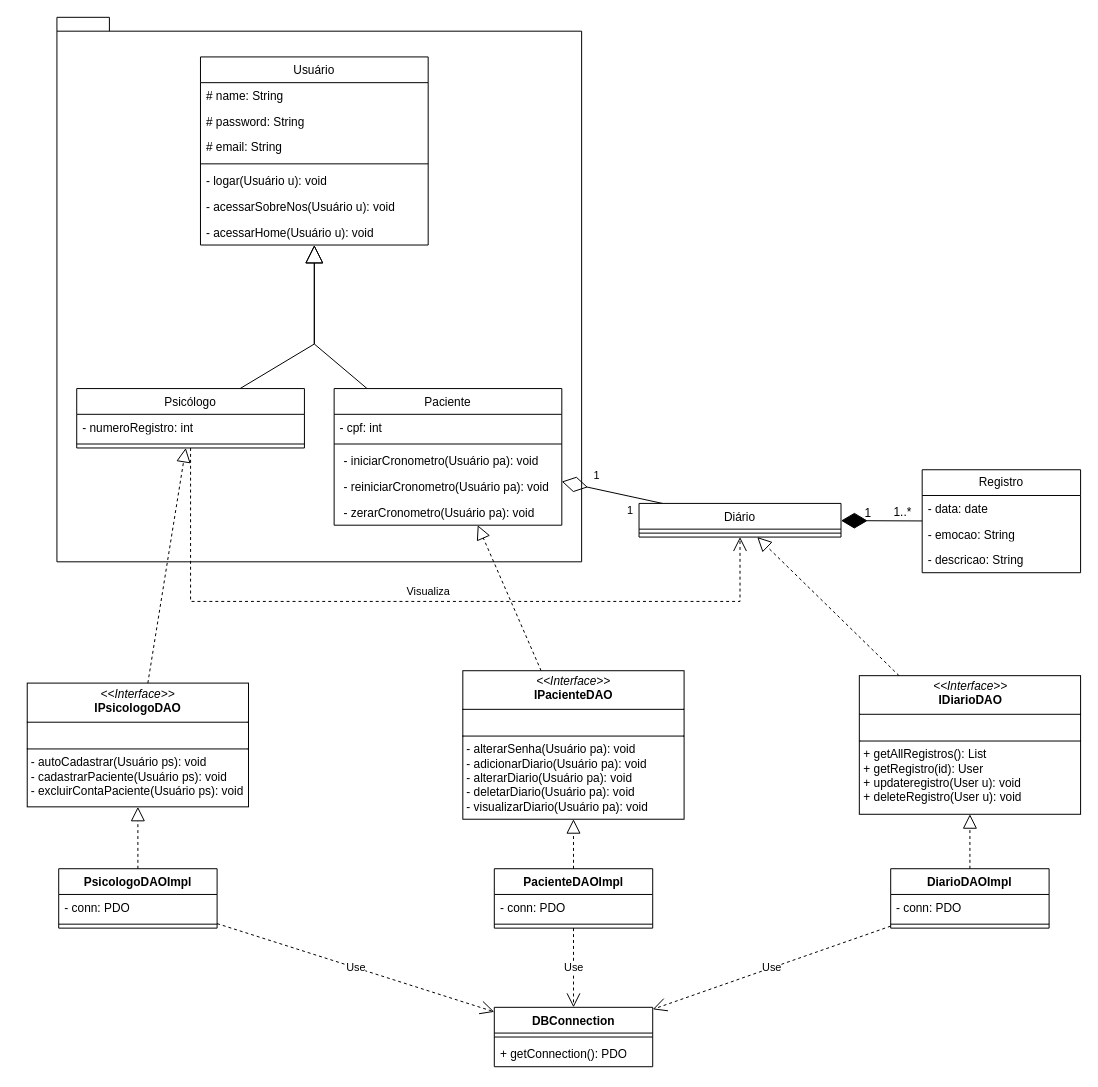
Before: InterfaceMyPeace.drawio in RebecaVieiraM/Diagramas, a draw.io diagram. Source tidied: cells renumbered, new cells numbered last; positions are measured from the earlier drawing's top-left corner, leaving out a move shared by most shapes. Both pictures are drawn from the tidied source at 99%, with x=0, y=0 at pixel (27, 17).
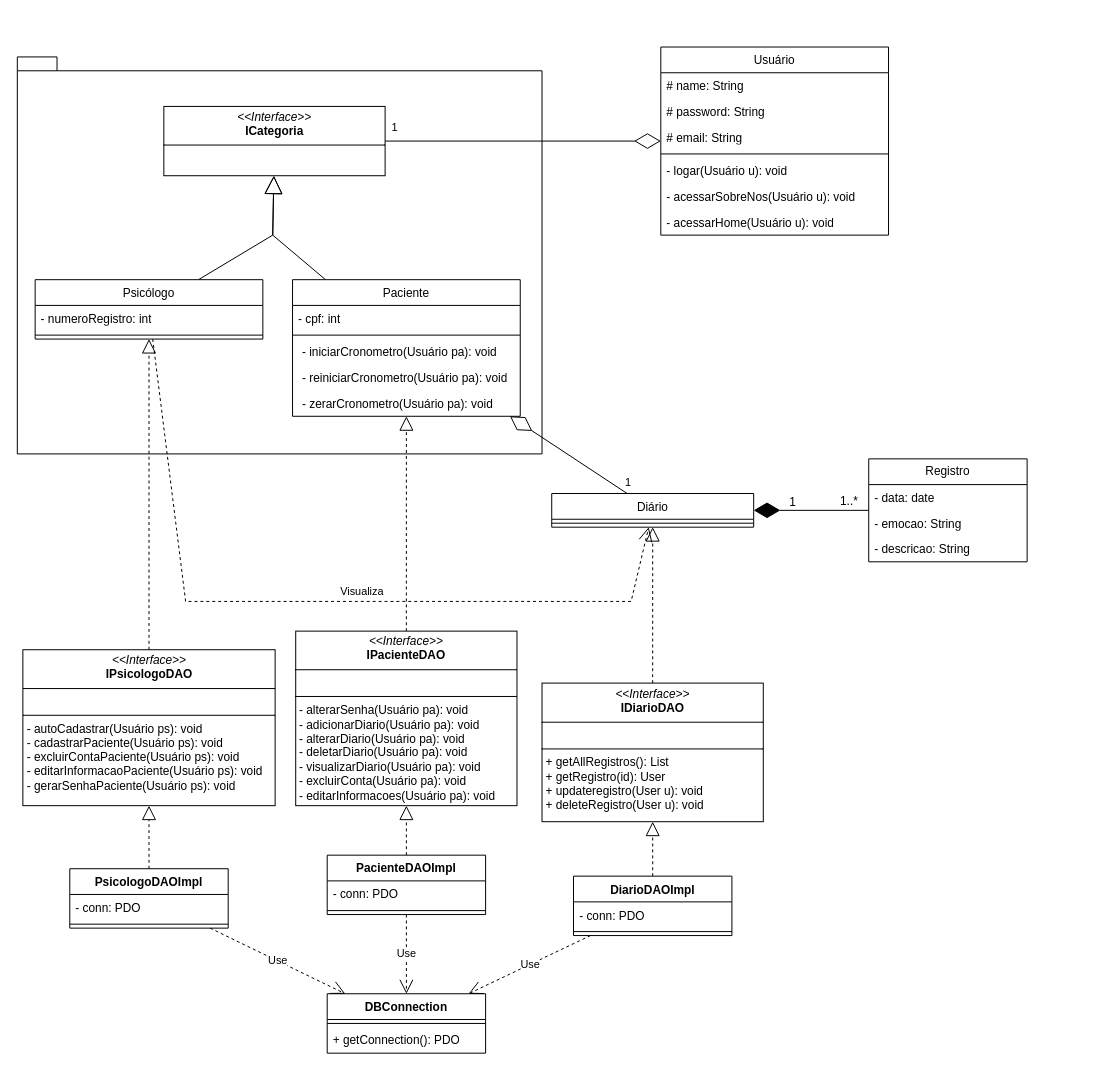
Above is the later version.

The change refers to these unchanged cells:
```xml
<mxCell id="5" style="endArrow=diamondThin;endFill=0;endSize=24;html=1;rounded=0;" parent="1" edge="1" source="33" target="27">
  <mxGeometry relative="1" as="geometry" />
</mxCell>
```

What changed in the source:
```diff
@@
     <mxCell id="2" style="shape=folder;fontStyle=1;spacingTop=10;tabWidth=40;tabHeight=14;tabPosition=left;html=1;whiteSpace=wrap;" parent="1" vertex="1">
-      <mxGeometry x="30" width="530" height="550" as="geometry" />
+      <mxGeometry x="-10" y="40" width="530" height="401" as="geometry" />
     </mxCell>
-    <mxCell id="3" style="endArrow=block;endSize=16;endFill=0;html=1;rounded=0;" parent="1" edge="1" source="24" target="12">
+    <mxCell id="3" style="endArrow=block;endSize=16;endFill=0;html=1;rounded=0;" parent="1" edge="1" source="24" target="59">
       <mxGeometry relative="1" as="geometry">
         <Array as="points">
-          <mxPoint x="290" y="330" />
+          <mxPoint x="248" y="220" />
         </Array>
       </mxGeometry>
     </mxCell>
-    <mxCell id="4" style="endArrow=block;endSize=16;endFill=0;html=1;rounded=0;" parent="1" edge="1" source="27" target="12">
+    <mxCell id="4" style="endArrow=block;endSize=16;endFill=0;html=1;rounded=0;" parent="1" edge="1" source="27" target="59">
       <mxGeometry relative="1" as="geometry">
         <Array as="points">
-          <mxPoint x="290" y="330" />
+          <mxPoint x="248" y="220" />
         </Array>
       </mxGeometry>
     </mxCell>
@@
-    <mxCell id="6" value="1" style="edgeLabel;html=1;align=center;verticalAlign=middle;" parent="5" vertex="1">
-      <mxGeometry x="0.65" y="-12" relative="1" as="geometry">
-        <mxPoint x="14" y="1" as="offset" />
-      </mxGeometry>
-    </mxCell>
     <mxCell id="7" value="Registro" style="swimlane;fontStyle=0;horizontal=1;startSize=26;fillColor=none;whiteSpace=wrap;html=1;" parent="1" vertex="1">
-      <mxGeometry x="904" y="457" width="160" height="104" as="geometry" />
+      <mxGeometry x="850" y="446" width="160" height="104" as="geometry" />
     </mxCell>
@@
     <mxCell id="11" value="1..*" style="text;html=1;align=center;verticalAlign=middle;strokeColor=none;fillColor=none;" parent="1" vertex="1">
-      <mxGeometry x="864" y="485" width="40" height="30" as="geometry" />
+      <mxGeometry x="810" y="474" width="40" height="30" as="geometry" />
     </mxCell>
     <mxCell id="12" value="&lt;span style=&quot;font-weight: 400;&quot;&gt;Usuário&lt;/span&gt;" style="swimlane;fontStyle=1;align=center;verticalAlign=top;horizontal=1;startSize=26;whiteSpace=wrap;html=1;" parent="1" vertex="1">
-      <mxGeometry x="175" y="40" width="230" height="190" as="geometry" />
+      <mxGeometry x="640" y="30" width="230" height="190" as="geometry" />
     </mxCell>
@@
-    <mxCell id="20" value="1" style="edgeLabel;html=1;align=center;verticalAlign=middle;" parent="1" vertex="1">
-      <mxGeometry x="568" y="497" as="geometry">
-        <mxPoint x="40" as="offset" />
-      </mxGeometry>
-    </mxCell>
@@
     <mxCell id="22" value="Visualiza" style="endArrow=open;endSize=12;dashed=1;html=1;rounded=0;" parent="1" edge="1" source="24" target="33">
-      <mxGeometry x="0.02" y="10" relative="1" as="geometry">
+      <mxGeometry x="0.12" y="10" relative="1" as="geometry">
         <Array as="points">
-          <mxPoint x="165" y="590" />
-          <mxPoint x="720" y="590" />
+          <mxPoint x="160" y="590" />
+          <mxPoint x="610" y="590" />
         </Array>
       </mxGeometry>
     </mxCell>
     <mxCell id="23" value="1" style="text;html=1;align=center;verticalAlign=middle;strokeColor=none;fillColor=none;" parent="1" vertex="1">
-      <mxGeometry x="834" y="486" width="30" height="30" as="geometry" />
+      <mxGeometry x="758" y="475" width="30" height="30" as="geometry" />
     </mxCell>
     <mxCell id="24" value="&lt;span style=&quot;font-weight: 400;&quot;&gt;Psicólogo&lt;/span&gt;" style="swimlane;fontStyle=1;align=center;verticalAlign=top;horizontal=1;startSize=26;whiteSpace=wrap;html=1;" parent="1" vertex="1">
-      <mxGeometry x="50" y="375" width="230" height="60" as="geometry" />
+      <mxGeometry x="8" y="265" width="230" height="60" as="geometry" />
     </mxCell>
@@
     <mxCell id="27" value="&lt;span style=&quot;font-weight: 400;&quot;&gt;Paciente&lt;/span&gt;" style="swimlane;fontStyle=1;align=center;verticalAlign=top;horizontal=1;startSize=26;whiteSpace=wrap;html=1;" parent="1" vertex="1">
-      <mxGeometry x="310" y="375" width="230" height="138" as="geometry" />
+      <mxGeometry x="268" y="265" width="230" height="138" as="geometry" />
     </mxCell>
@@
     <mxCell id="33" value="&lt;span style=&quot;font-weight: 400;&quot;&gt;Diário&lt;/span&gt;" style="swimlane;fontStyle=1;align=center;verticalAlign=top;horizontal=1;startSize=26;whiteSpace=wrap;html=1;" parent="1" vertex="1">
-      <mxGeometry x="618" y="491" width="204" height="34" as="geometry" />
+      <mxGeometry x="529.8" y="481" width="204" height="34" as="geometry" />
     </mxCell>
@@
     <mxCell id="35" value="DBConnection" style="swimlane;fontStyle=1;align=center;verticalAlign=top;horizontal=1;startSize=26;whiteSpace=wrap;html=1;" parent="1" vertex="1">
-      <mxGeometry x="471.8" y="1000" width="160" height="60" as="geometry" />
+      <mxGeometry x="303" y="986.3" width="160" height="60" as="geometry" />
     </mxCell>
@@
     <mxCell id="38" value="PsicologoDAOImpl" style="swimlane;fontStyle=1;align=center;verticalAlign=top;horizontal=1;startSize=26;whiteSpace=wrap;html=1;" parent="1" vertex="1">
-      <mxGeometry x="31.8" y="860" width="160" height="60" as="geometry" />
+      <mxGeometry x="43" y="860" width="160" height="60" as="geometry" />
     </mxCell>
@@
-    <mxCell id="42" value="&lt;p style=&quot;margin:0px;margin-top:4px;text-align:center;&quot;&gt;&lt;i&gt;&amp;lt;&amp;lt;Interface&amp;gt;&amp;gt;&lt;/i&gt;&lt;br&gt;&lt;b&gt;IPsicologoDAO&lt;/b&gt;&lt;/p&gt;&lt;hr size=&quot;1&quot; style=&quot;border-style:solid;&quot;&gt;&lt;p style=&quot;margin:0px;margin-left:4px;&quot;&gt;&lt;br&gt;&lt;/p&gt;&lt;hr size=&quot;1&quot; style=&quot;border-style:solid;&quot;&gt;&lt;p style=&quot;margin:0px;margin-left:4px;&quot;&gt;- autoCadastrar(Usuário ps): void&lt;br&gt;&lt;/p&gt;&lt;p style=&quot;margin:0px;margin-left:4px;&quot;&gt;- cadastrarPaciente(Usuário ps): void&lt;br&gt;&lt;/p&gt;&lt;p style=&quot;margin:0px;margin-left:4px;&quot;&gt;&lt;span style=&quot;background-color: initial;&quot;&gt;- excluirContaPaciente(Usuário ps): void&lt;/span&gt;&lt;br&gt;&lt;/p&gt;" style="verticalAlign=top;align=left;overflow=fill;html=1;whiteSpace=wrap;" parent="1" vertex="1">
-      <mxGeometry y="672.5" width="223.5" height="125" as="geometry" />
+    <mxCell id="42" value="&lt;p style=&quot;margin:0px;margin-top:4px;text-align:center;&quot;&gt;&lt;i&gt;&amp;lt;&amp;lt;Interface&amp;gt;&amp;gt;&lt;/i&gt;&lt;br&gt;&lt;b&gt;IPsicologoDAO&lt;/b&gt;&lt;/p&gt;&lt;hr size=&quot;1&quot; style=&quot;border-style:solid;&quot;&gt;&lt;p style=&quot;margin:0px;margin-left:4px;&quot;&gt;&lt;br&gt;&lt;/p&gt;&lt;hr size=&quot;1&quot; style=&quot;border-style:solid;&quot;&gt;&lt;p style=&quot;margin:0px;margin-left:4px;&quot;&gt;- autoCadastrar(Usuário ps): void&lt;br&gt;&lt;/p&gt;&lt;p style=&quot;margin:0px;margin-left:4px;&quot;&gt;- cadastrarPaciente(Usuário ps): void&lt;br&gt;&lt;/p&gt;&lt;p style=&quot;margin:0px;margin-left:4px;&quot;&gt;&lt;span style=&quot;background-color: initial;&quot;&gt;- excluirContaPaciente(Usuário ps): void&lt;/span&gt;&lt;br&gt;&lt;/p&gt;&lt;p style=&quot;margin:0px;margin-left:4px;&quot;&gt;- editarInformacaoPaciente(Usuário ps): void&lt;span style=&quot;background-color: initial;&quot;&gt;&lt;br&gt;&lt;/span&gt;&lt;/p&gt;&lt;p style=&quot;margin:0px;margin-left:4px;&quot;&gt;- gerarSenhaPaciente(Usuário ps): void&lt;br&gt;&lt;/p&gt;" style="verticalAlign=top;align=left;overflow=fill;html=1;whiteSpace=wrap;" parent="1" vertex="1">
+      <mxGeometry x="-4.4" y="638.8" width="254.8" height="157.5" as="geometry" />
     </mxCell>
@@
-    <mxCell id="45" value="&lt;p style=&quot;margin:0px;margin-top:4px;text-align:center;&quot;&gt;&lt;i&gt;&amp;lt;&amp;lt;Interface&amp;gt;&amp;gt;&lt;/i&gt;&lt;br&gt;&lt;b&gt;IPacienteDAO&lt;/b&gt;&lt;/p&gt;&lt;hr size=&quot;1&quot; style=&quot;border-style:solid;&quot;&gt;&lt;p style=&quot;margin:0px;margin-left:4px;&quot;&gt;&lt;br&gt;&lt;/p&gt;&lt;hr size=&quot;1&quot; style=&quot;border-style:solid;&quot;&gt;&lt;p style=&quot;margin:0px;margin-left:4px;&quot;&gt;&lt;span style=&quot;background-color: initial;&quot;&gt;- alterarSenha(Usuário pa): void&lt;/span&gt;&lt;/p&gt;&lt;p style=&quot;margin:0px;margin-left:4px;&quot;&gt;&lt;span style=&quot;background-color: initial;&quot;&gt;- adicionarDiario(Usuário pa): void&lt;/span&gt;&lt;/p&gt;&lt;p style=&quot;margin:0px;margin-left:4px;&quot;&gt;- alterarDiario(Usuário pa): void&lt;br&gt;&lt;/p&gt;&lt;p style=&quot;margin:0px;margin-left:4px;&quot;&gt;- deletarDiario(Usuário pa): void&lt;br&gt;&lt;/p&gt;&lt;p style=&quot;margin:0px;margin-left:4px;&quot;&gt;- visualizarDiario(Usuário pa): void&lt;br&gt;&lt;/p&gt;" style="verticalAlign=top;align=left;overflow=fill;html=1;whiteSpace=wrap;" parent="1" vertex="1">
-      <mxGeometry x="440" y="660" width="223.5" height="150" as="geometry" />
+    <mxCell id="45" value="&lt;p style=&quot;margin:0px;margin-top:4px;text-align:center;&quot;&gt;&lt;i&gt;&amp;lt;&amp;lt;Interface&amp;gt;&amp;gt;&lt;/i&gt;&lt;br&gt;&lt;b&gt;IPacienteDAO&lt;/b&gt;&lt;/p&gt;&lt;hr size=&quot;1&quot; style=&quot;border-style:solid;&quot;&gt;&lt;p style=&quot;margin:0px;margin-left:4px;&quot;&gt;&lt;br&gt;&lt;/p&gt;&lt;hr size=&quot;1&quot; style=&quot;border-style:solid;&quot;&gt;&lt;p style=&quot;margin:0px;margin-left:4px;&quot;&gt;&lt;span style=&quot;background-color: initial;&quot;&gt;- alterarSenha(Usuário pa): void&lt;/span&gt;&lt;/p&gt;&lt;p style=&quot;margin:0px;margin-left:4px;&quot;&gt;&lt;span style=&quot;background-color: initial;&quot;&gt;- adicionarDiario(Usuário pa): void&lt;/span&gt;&lt;/p&gt;&lt;p style=&quot;margin:0px;margin-left:4px;&quot;&gt;- alterarDiario(Usuário pa): void&lt;br&gt;&lt;/p&gt;&lt;p style=&quot;margin:0px;margin-left:4px;&quot;&gt;- deletarDiario(Usuário pa): void&lt;br&gt;&lt;/p&gt;&lt;p style=&quot;margin:0px;margin-left:4px;&quot;&gt;- visualizarDiario(Usuário pa): void&lt;br&gt;&lt;/p&gt;&lt;p style=&quot;margin:0px;margin-left:4px;&quot;&gt;- excluirConta(Usuário pa): void&lt;br&gt;&lt;/p&gt;&lt;p style=&quot;margin:0px;margin-left:4px;&quot;&gt;- editarInformacoes(Usuário pa): void&lt;br&gt;&lt;/p&gt;" style="verticalAlign=top;align=left;overflow=fill;html=1;whiteSpace=wrap;" parent="1" vertex="1">
+      <mxGeometry x="271.2" y="620" width="223.5" height="176.3" as="geometry" />
     </mxCell>
@@
     <mxCell id="47" value="PacienteDAOImpl" style="swimlane;fontStyle=1;align=center;verticalAlign=top;horizontal=1;startSize=26;whiteSpace=wrap;html=1;" parent="1" vertex="1">
-      <mxGeometry x="471.8" y="860" width="160" height="60" as="geometry" />
+      <mxGeometry x="303" y="846.3" width="160" height="60" as="geometry" />
     </mxCell>
@@
     <mxCell id="52" value="&lt;p style=&quot;margin:0px;margin-top:4px;text-align:center;&quot;&gt;&lt;i&gt;&amp;lt;&amp;lt;Interface&amp;gt;&amp;gt;&lt;/i&gt;&lt;br&gt;&lt;b&gt;IDiarioDAO&lt;/b&gt;&lt;/p&gt;&lt;hr size=&quot;1&quot; style=&quot;border-style:solid;&quot;&gt;&lt;p style=&quot;margin:0px;margin-left:4px;&quot;&gt;&lt;br&gt;&lt;/p&gt;&lt;hr size=&quot;1&quot; style=&quot;border-style:solid;&quot;&gt;&lt;p style=&quot;margin: 0px 0px 0px 4px;&quot;&gt;+ getAllRegistros(): List&amp;nbsp;&lt;/p&gt;&lt;p style=&quot;margin: 0px 0px 0px 4px;&quot;&gt;+ getRegistro(id): User&amp;nbsp;&lt;/p&gt;&lt;p style=&quot;margin: 0px 0px 0px 4px;&quot;&gt;+ updateregistro(User u): void&amp;nbsp;&lt;/p&gt;&lt;p style=&quot;margin: 0px 0px 0px 4px;&quot;&gt;+ deleteRegistro(User u): void&lt;/p&gt;" style="verticalAlign=top;align=left;overflow=fill;html=1;whiteSpace=wrap;" parent="1" vertex="1">
-      <mxGeometry x="840.5" y="665" width="223.5" height="140" as="geometry" />
+      <mxGeometry x="520" y="672.5" width="223.5" height="140" as="geometry" />
     </mxCell>
     <mxCell id="53" value="DiarioDAOImpl" style="swimlane;fontStyle=1;align=center;verticalAlign=top;horizontal=1;startSize=26;whiteSpace=wrap;html=1;" parent="1" vertex="1">
-      <mxGeometry x="872.2" y="860" width="160" height="60" as="geometry" />
+      <mxGeometry x="551.8" y="867.5" width="160" height="60" as="geometry" />
     </mxCell>
@@
+    <mxCell id="59" value="&lt;p style=&quot;margin:0px;margin-top:4px;text-align:center;&quot;&gt;&lt;i&gt;&amp;lt;&amp;lt;Interface&amp;gt;&amp;gt;&lt;/i&gt;&lt;br&gt;&lt;b&gt;ICategoria&lt;/b&gt;&lt;/p&gt;&lt;hr size=&quot;1&quot; style=&quot;border-style:solid;&quot;&gt;&lt;p style=&quot;margin:0px;margin-left:4px;&quot;&gt;&lt;br&gt;&lt;/p&gt;" style="verticalAlign=top;align=left;overflow=fill;html=1;whiteSpace=wrap;" parent="1" vertex="1">
+      <mxGeometry x="138" y="90" width="223.5" height="70" as="geometry" />
+    </mxCell>
+    <mxCell id="60" style="endArrow=diamondThin;endFill=0;endSize=24;html=1;rounded=0;" parent="1" edge="1" source="59" target="12">
+      <mxGeometry relative="1" as="geometry" />
+    </mxCell>
+    <mxCell id="61" value="1" style="edgeLabel;html=1;align=center;verticalAlign=middle;" parent="1" vertex="1">
+      <mxGeometry x="330" y="110" as="geometry">
+        <mxPoint x="40" as="offset" />
+      </mxGeometry>
+    </mxCell>
+    <mxCell id="62" value="1" style="edgeLabel;html=1;align=center;verticalAlign=middle;" parent="1" vertex="1">
+      <mxGeometry x="566" y="469" as="geometry">
+        <mxPoint x="40" as="offset" />
+      </mxGeometry>
+    </mxCell>
```
